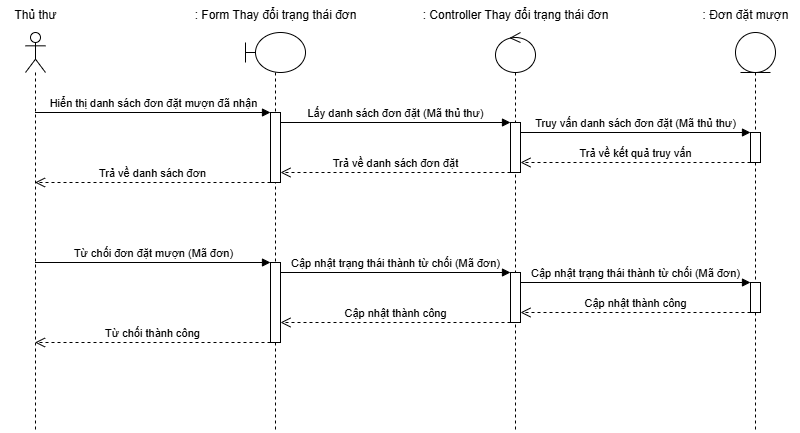
Above: Sequence Diagram/UC Đặt mượn sách/Actor thủ thư - Từ chối đơn.png in kimcuongdev/LibrarySystemAD (draw.io), before the change. Source tidied: cells renumbered, new cells last; positions are measured from the earlier drawing's top-left corner, leaving out a move shared by most shapes.
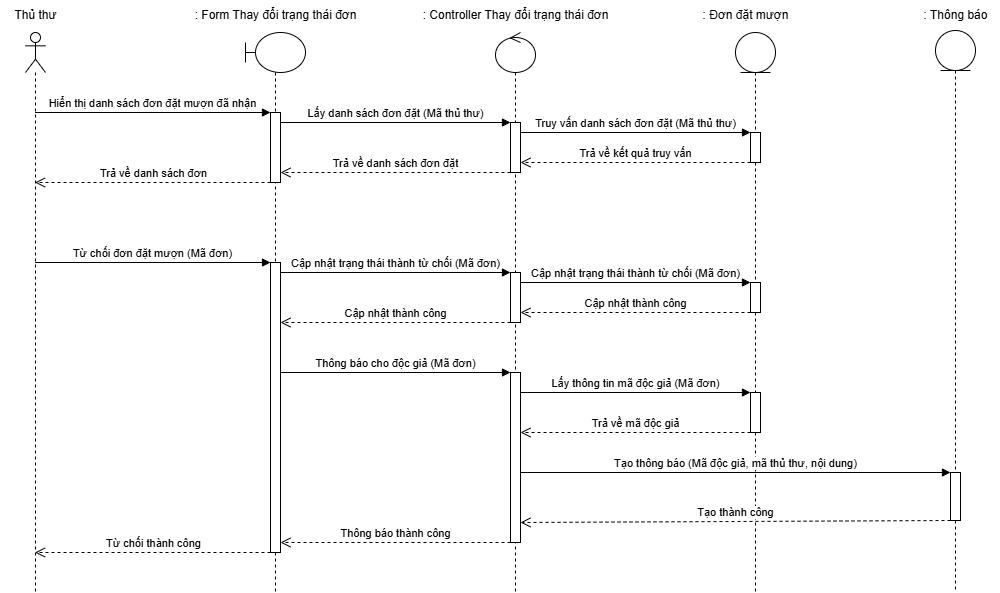
After the commit.

Diff of the diagram source:
```diff
@@ -3,19 +3,19 @@
     <mxCell id="0" />
     <mxCell id="1" parent="0" />
     <mxCell id="2" style="shape=umlLifeline;perimeter=lifelinePerimeter;whiteSpace=wrap;html=1;newEdgeStyle={&quot;curved&quot;:0,&quot;rounded&quot;:0};participant=umlActor;" parent="1" vertex="1">
-      <mxGeometry x="25" y="32" width="20" height="400" as="geometry" />
+      <mxGeometry x="25" y="32" width="20" height="560" as="geometry" />
     </mxCell>
     <mxCell id="3" style="shape=umlLifeline;perimeter=lifelinePerimeter;whiteSpace=wrap;html=1;newEdgeStyle={&quot;curved&quot;:0,&quot;rounded&quot;:0};participant=umlBoundary;" parent="1" vertex="1">
-      <mxGeometry x="245" y="32" width="60" height="400" as="geometry" />
+      <mxGeometry x="245" y="32" width="60" height="560" as="geometry" />
     </mxCell>
     <mxCell id="4" style="html=1;perimeter=orthogonalPerimeter;targetShapes=umlLifeline;newEdgeStyle={&quot;curved&quot;:0,&quot;rounded&quot;:0};" parent="3" vertex="1">
       <mxGeometry x="25" y="80" width="10" height="70" as="geometry" />
     </mxCell>
     <mxCell id="5" style="html=1;points=[[0,0,0,0,5],[0,1,0,0,-5],[1,0,0,0,5],[1,1,0,0,-5]];perimeter=orthogonalPerimeter;outlineConnect=0;targetShapes=umlLifeline;portConstraint=eastwest;newEdgeStyle={&quot;curved&quot;:0,&quot;rounded&quot;:0};" parent="3" vertex="1">
-      <mxGeometry x="25" y="230" width="10" height="80" as="geometry" />
+      <mxGeometry x="25" y="230" width="10" height="290" as="geometry" />
     </mxCell>
     <mxCell id="6" style="shape=umlLifeline;perimeter=lifelinePerimeter;whiteSpace=wrap;html=1;newEdgeStyle={&quot;curved&quot;:0,&quot;rounded&quot;:0};participant=umlControl;" parent="1" vertex="1">
-      <mxGeometry x="495" y="32" width="40" height="400" as="geometry" />
+      <mxGeometry x="495" y="32" width="40" height="560" as="geometry" />
     </mxCell>
     <mxCell id="7" style="html=1;perimeter=orthogonalPerimeter;targetShapes=umlLifeline;newEdgeStyle={&quot;curved&quot;:0,&quot;rounded&quot;:0};" parent="6" vertex="1">
       <mxGeometry x="15" y="90" width="10" height="50" as="geometry" />
@@ -23,8 +23,11 @@
     <mxCell id="8" style="html=1;perimeter=orthogonalPerimeter;targetShapes=umlLifeline;newEdgeStyle={&quot;curved&quot;:0,&quot;rounded&quot;:0};" parent="6" vertex="1">
       <mxGeometry x="15" y="240" width="10" height="50" as="geometry" />
     </mxCell>
+    <mxCell id="28" style="html=1;perimeter=orthogonalPerimeter;targetShapes=umlLifeline;newEdgeStyle={&quot;curved&quot;:0,&quot;rounded&quot;:0};" parent="6" vertex="1">
+      <mxGeometry x="15" y="340" width="10" height="170" as="geometry" />
+    </mxCell>
     <mxCell id="9" style="shape=umlLifeline;perimeter=lifelinePerimeter;whiteSpace=wrap;html=1;newEdgeStyle={&quot;curved&quot;:0,&quot;rounded&quot;:0};participant=umlEntity;" parent="1" vertex="1">
-      <mxGeometry x="735" y="32" width="40" height="400" as="geometry" />
+      <mxGeometry x="735" y="32" width="40" height="560" as="geometry" />
     </mxCell>
     <mxCell id="10" style="html=1;perimeter=orthogonalPerimeter;targetShapes=umlLifeline;newEdgeStyle={&quot;curved&quot;:0,&quot;rounded&quot;:0};" parent="9" vertex="1">
       <mxGeometry x="15" y="100" width="10" height="30" as="geometry" />
@@ -32,6 +35,9 @@
     <mxCell id="11" style="html=1;perimeter=orthogonalPerimeter;targetShapes=umlLifeline;newEdgeStyle={&quot;curved&quot;:0,&quot;rounded&quot;:0};" parent="9" vertex="1">
       <mxGeometry x="15" y="250" width="10" height="30" as="geometry" />
     </mxCell>
+    <mxCell id="29" style="html=1;perimeter=orthogonalPerimeter;targetShapes=umlLifeline;newEdgeStyle={&quot;curved&quot;:0,&quot;rounded&quot;:0};" parent="9" vertex="1">
+      <mxGeometry x="15" y="360" width="10" height="40" as="geometry" />
+    </mxCell>
     <mxCell id="12" value="Hiển thị danh sách đơn đặt mượn đã nhận" style="html=1;verticalAlign=bottom;endArrow=block;curved=0;rounded=0;entryX=0;entryY=0;entryDx=0;entryDy=5;" parent="1" edge="1">
       <mxGeometry relative="1" as="geometry">
         <mxPoint x="34.5" y="112" as="sourcePoint" />
@@ -76,8 +82,8 @@
     </mxCell>
     <mxCell id="19" value="Từ chối thành công" style="html=1;verticalAlign=bottom;endArrow=open;dashed=1;endSize=8;curved=0;rounded=0;exitX=0;exitY=1;exitDx=0;exitDy=-5;" parent="1" edge="1">
       <mxGeometry relative="1" as="geometry">
-        <mxPoint x="270" y="342" as="sourcePoint" />
-        <mxPoint x="34.5" y="342" as="targetPoint" />
+        <mxPoint x="270" y="552" as="sourcePoint" />
+        <mxPoint x="34.5" y="552" as="targetPoint" />
       </mxGeometry>
     </mxCell>
     <mxCell id="20" value="Cập nhật trạng thái thành từ chối (Mã đơn)" style="html=1;verticalAlign=bottom;endArrow=block;curved=0;rounded=0;entryX=0;entryY=0;entryDx=0;entryDy=5;" parent="1" edge="1">
@@ -116,5 +122,48 @@
     <mxCell id="27" value=": Đơn đặt mượn" style="text;html=1;align=center;verticalAlign=middle;strokeColor=none;fillColor=none;" parent="1" vertex="1">
       <mxGeometry x="690" width="110" height="30" as="geometry" />
     </mxCell>
+    <mxCell id="30" style="shape=umlLifeline;perimeter=lifelinePerimeter;whiteSpace=wrap;html=1;newEdgeStyle={&quot;curved&quot;:0,&quot;rounded&quot;:0};participant=umlEntity;" parent="1" vertex="1">
+      <mxGeometry x="935" y="30" width="40" height="562" as="geometry" />
+    </mxCell>
+    <mxCell id="31" style="html=1;points=[[0,0,0,0,5],[0,1,0,0,-5],[1,0,0,0,5],[1,1,0,0,-5]];perimeter=orthogonalPerimeter;outlineConnect=0;targetShapes=umlLifeline;portConstraint=eastwest;newEdgeStyle={&quot;curved&quot;:0,&quot;rounded&quot;:0};" parent="30" vertex="1">
+      <mxGeometry x="15" y="442" width="10" height="48" as="geometry" />
+    </mxCell>
+    <mxCell id="32" value=": Thông báo" style="text;html=1;align=center;verticalAlign=middle;strokeColor=none;fillColor=none;" parent="1" vertex="1">
+      <mxGeometry x="910" width="90" height="30" as="geometry" />
+    </mxCell>
+    <mxCell id="33" value="Thông báo cho độc giả (Mã đơn)" style="html=1;verticalAlign=bottom;endArrow=block;curved=0;rounded=0;entryX=0;entryY=0;entryDx=0;entryDy=5;" parent="1" edge="1">
+      <mxGeometry relative="1" as="geometry">
+        <mxPoint x="280" y="372" as="sourcePoint" />
+        <mxPoint x="510" y="372" as="targetPoint" />
+      </mxGeometry>
+    </mxCell>
+    <mxCell id="34" value="Thông báo thành công" style="html=1;verticalAlign=bottom;endArrow=open;dashed=1;endSize=8;curved=0;rounded=0;exitX=0;exitY=1;exitDx=0;exitDy=-5;" parent="1" edge="1" target="5">
+      <mxGeometry relative="1" as="geometry">
+        <mxPoint x="510" y="542" as="sourcePoint" />
+      </mxGeometry>
+    </mxCell>
+    <mxCell id="35" value="Lấy thông tin mã độc giả (Mã đơn)" style="html=1;verticalAlign=bottom;endArrow=block;curved=0;rounded=0;entryX=0;entryY=0;entryDx=0;entryDy=5;" parent="1" edge="1">
+      <mxGeometry relative="1" as="geometry">
+        <mxPoint x="520" y="392" as="sourcePoint" />
+        <mxPoint x="750" y="392" as="targetPoint" />
+      </mxGeometry>
+    </mxCell>
+    <mxCell id="36" value="Trả về mã độc giả" style="html=1;verticalAlign=bottom;endArrow=open;dashed=1;endSize=8;curved=0;rounded=0;exitX=0;exitY=1;exitDx=0;exitDy=-5;" parent="1" edge="1">
+      <mxGeometry relative="1" as="geometry">
+        <mxPoint x="750" y="432" as="sourcePoint" />
+        <mxPoint x="520" y="432" as="targetPoint" />
+      </mxGeometry>
+    </mxCell>
+    <mxCell id="37" value="Tạo thông báo (Mã độc giả, mã thủ thư, nội dung)" style="html=1;verticalAlign=bottom;endArrow=block;curved=0;rounded=0;entryX=0;entryY=0;entryDx=0;entryDy=5;" parent="1" edge="1">
+      <mxGeometry relative="1" as="geometry">
+        <mxPoint x="520" y="472" as="sourcePoint" />
+        <mxPoint x="950" y="472" as="targetPoint" />
+      </mxGeometry>
+    </mxCell>
+    <mxCell id="38" value="Tạo thành công" style="html=1;verticalAlign=bottom;endArrow=open;dashed=1;endSize=8;curved=0;rounded=0;" parent="1" edge="1" source="31">
+      <mxGeometry relative="1" as="geometry">
+        <mxPoint x="520" y="522" as="targetPoint" />
+      </mxGeometry>
+    </mxCell>
   </root>
 </mxGraphModel>
```
